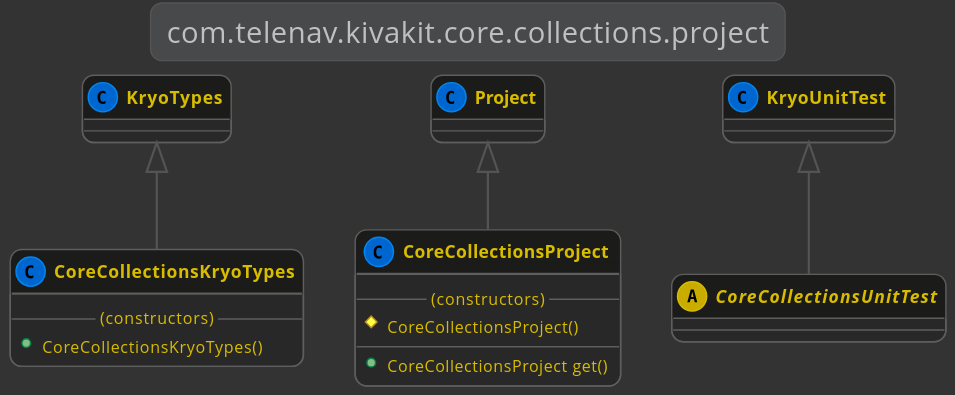
Before: docs/lexakai/kivakit/kivakit-core/collections/documentation/diagrams/com.telenav.kivakit.core.collections.project.svg, a diagram exported from PlantUML (Telenav/kivakit-assets).
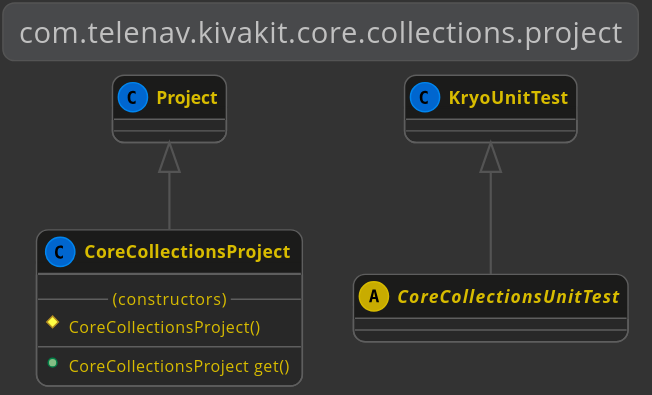
The same file after the commit.

Change to the diagram source:
```diff
@@ -3,13 +3,6 @@
     !include lexakai.theme
 
     title "com.telenav.kivakit.core.collections.project"
-
-    KryoTypes <|-- CoreCollectionsKryoTypes
-    class CoreCollectionsKryoTypes
-    {
-        --(constructors)--
-        +CoreCollectionsKryoTypes()
-    }
 
     Project <|-- CoreCollectionsProject
     class CoreCollectionsProject
```
